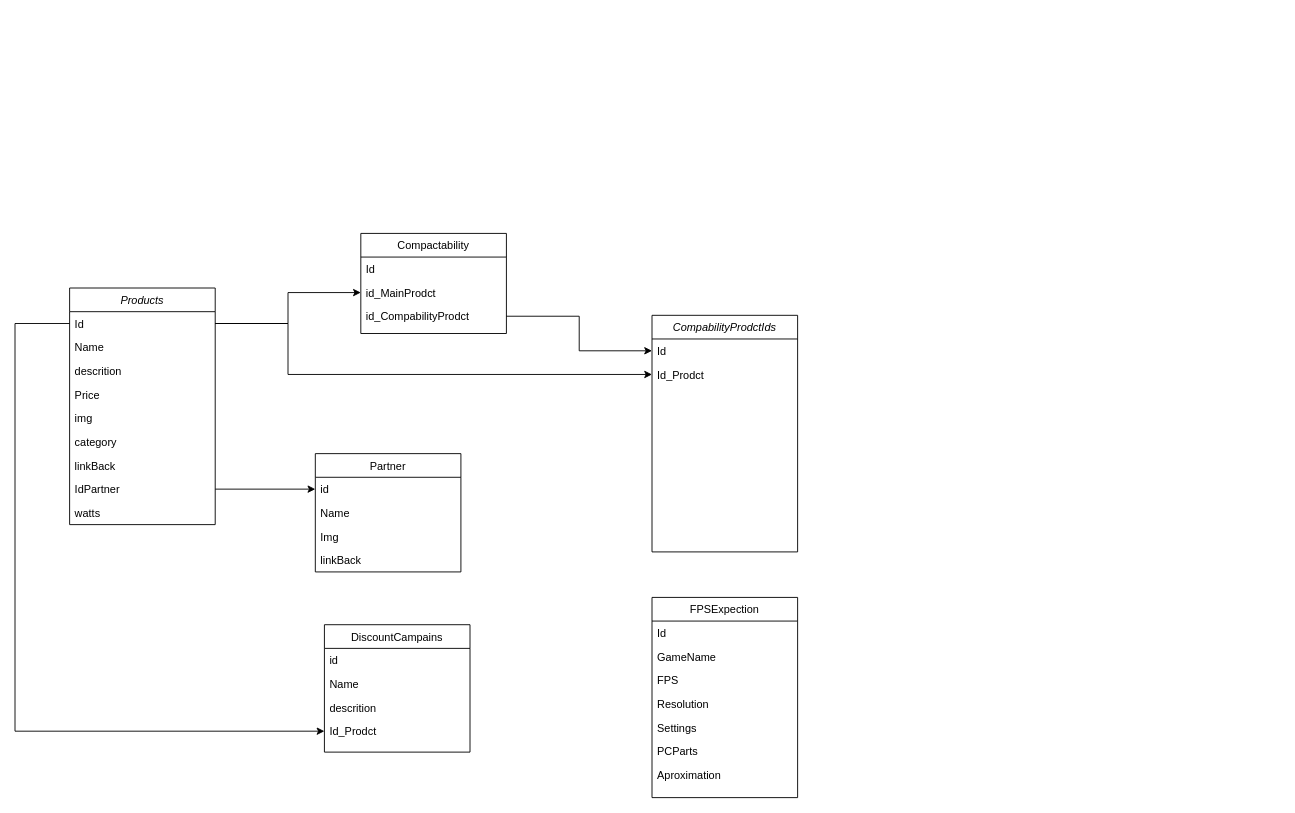
Above: Untitled Diagram.drawio in bgabrielma/RigForge (draw.io), before the change. Source tidied: cells renumbered, new cells numbered last; positions are measured from the earlier drawing's top-left corner, leaving out a move shared by most shapes. Both pictures are drawn from the tidied source at 91%, with x=0, y=0 at pixel (15, 233).
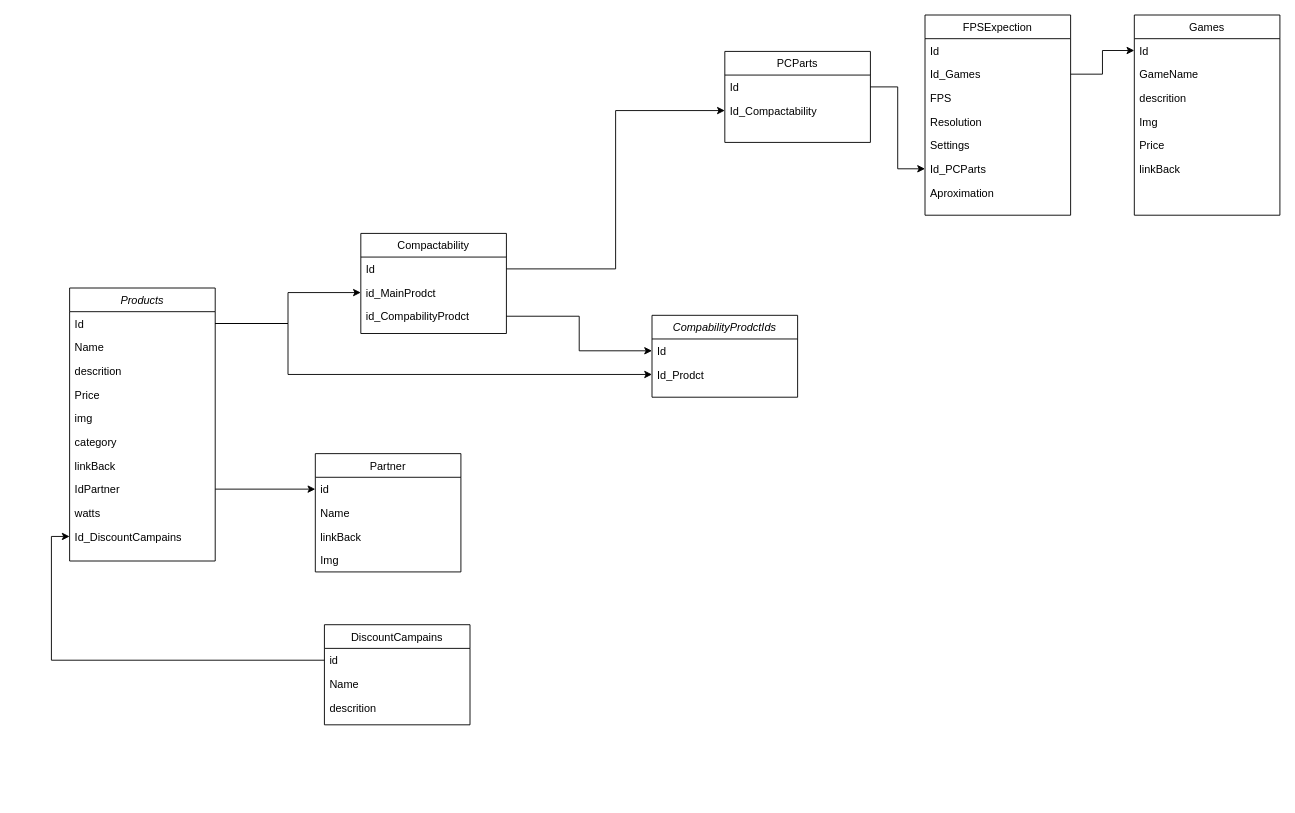
The same diagram, later.

The change refers to these unchanged cells:
```xml
<mxCell id="3" value="Id" style="text;align=left;verticalAlign=top;spacingLeft=4;spacingRight=4;overflow=hidden;points=[[0,0.5],[1,0.5]];portConstraint=eastwest;" parent="2" vertex="1">
  <mxGeometry y="26" width="160" height="26" as="geometry" />
</mxCell>
<mxCell id="13" value="Id" style="text;align=left;verticalAlign=top;spacingLeft=4;spacingRight=4;overflow=hidden;points=[[0,0.5],[1,0.5]];portConstraint=eastwest;" parent="12" vertex="1">
  <mxGeometry y="26" width="160" height="26" as="geometry" />
</mxCell>
<mxCell id="17" value="id" style="text;align=left;verticalAlign=top;spacingLeft=4;spacingRight=4;overflow=hidden;points=[[0,0.5],[1,0.5]];portConstraint=eastwest;" parent="16" vertex="1">
  <mxGeometry y="26" width="160" height="26" as="geometry" />
</mxCell>
<mxCell id="21" value="Partner" style="swimlane;fontStyle=0;align=center;verticalAlign=top;horizontal=1;startSize=26;rounded=0;shadow=0;strokeWidth=1;" parent="1" vertex="1">
  <mxGeometry x="330" y="242" width="160" height="130" as="geometry" />
</mxCell>
```

Change to the diagram source:
```diff
@@
     <mxCell id="2" value="Products" style="swimlane;fontStyle=2;align=center;verticalAlign=top;horizontal=1;startSize=26;rounded=0;shadow=0;strokeWidth=1;" parent="1" vertex="1">
-      <mxGeometry x="60" y="60" width="160" height="260" as="geometry" />
+      <mxGeometry x="60" y="60" width="160" height="300" as="geometry" />
     </mxCell>
@@
+    <mxCell id="42" value="Id_DiscountCampains" style="text;align=left;verticalAlign=top;spacingLeft=4;spacingRight=4;overflow=hidden;points=[[0,0.5],[1,0.5]];portConstraint=eastwest;rounded=0;shadow=0;html=0;" parent="2" vertex="1">
+      <mxGeometry y="260" width="160" height="26" as="geometry" />
+    </mxCell>
@@
     <mxCell id="16" value="DiscountCampains" style="swimlane;fontStyle=0;align=center;verticalAlign=top;horizontal=1;startSize=26;rounded=0;shadow=0;strokeWidth=1;" parent="1" vertex="1">
-      <mxGeometry x="340" y="430" width="160" height="140" as="geometry" />
+      <mxGeometry x="340" y="430" width="160" height="110" as="geometry" />
     </mxCell>
@@
-    <mxCell id="20" value="Id_Prodct" style="text;align=left;verticalAlign=top;spacingLeft=4;spacingRight=4;overflow=hidden;points=[[0,0.5],[1,0.5]];portConstraint=eastwest;" parent="16" vertex="1">
-      <mxGeometry y="104" width="160" height="26" as="geometry" />
-    </mxCell>
@@
-    <mxCell id="24" value="Img" style="text;align=left;verticalAlign=top;spacingLeft=4;spacingRight=4;overflow=hidden;rounded=0;shadow=0;html=0;" parent="21" vertex="1">
-      <mxGeometry y="78" width="160" height="26" as="geometry" />
-    </mxCell>
     <mxCell id="25" value="linkBack" style="text;align=left;verticalAlign=top;spacingLeft=4;spacingRight=4;overflow=hidden;rounded=0;shadow=0;html=0;" parent="21" vertex="1">
-      <mxGeometry y="104" width="160" height="26" as="geometry" />
+      <mxGeometry y="78" width="160" height="26" as="geometry" />
     </mxCell>
+    <mxCell id="43" value="Img" style="text;align=left;verticalAlign=top;spacingLeft=4;spacingRight=4;overflow=hidden;rounded=0;shadow=0;html=0;" parent="21" vertex="1">
+      <mxGeometry y="104" width="160" height="26" as="geometry" />
+    </mxCell>
     <mxCell id="26" value="FPSExpection" style="swimlane;fontStyle=0;align=center;verticalAlign=top;horizontal=1;startSize=26;rounded=0;shadow=0;strokeWidth=1;" parent="1" vertex="1">
-      <mxGeometry x="700" y="400" width="160" height="220" as="geometry" />
+      <mxGeometry x="1000" y="-240" width="160" height="220" as="geometry" />
     </mxCell>
@@
-    <mxCell id="28" value="GameName" style="text;align=left;verticalAlign=top;spacingLeft=4;spacingRight=4;overflow=hidden;points=[[0,0.5],[1,0.5]];portConstraint=eastwest;rounded=0;shadow=0;html=0;" parent="26" vertex="1">
+    <mxCell id="28" value="Id_Games" style="text;align=left;verticalAlign=top;spacingLeft=4;spacingRight=4;overflow=hidden;points=[[0,0.5],[1,0.5]];portConstraint=eastwest;rounded=0;shadow=0;html=0;" parent="26" vertex="1">
       <mxGeometry y="52" width="160" height="26" as="geometry" />
     </mxCell>
@@
-    <mxCell id="32" value="PCParts" style="text;align=left;verticalAlign=top;spacingLeft=4;spacingRight=4;overflow=hidden;points=[[0,0.5],[1,0.5]];portConstraint=eastwest;rounded=0;shadow=0;html=0;" parent="26" vertex="1">
+    <mxCell id="32" value="Id_PCParts" style="text;align=left;verticalAlign=top;spacingLeft=4;spacingRight=4;overflow=hidden;points=[[0,0.5],[1,0.5]];portConstraint=eastwest;rounded=0;shadow=0;html=0;" parent="26" vertex="1">
       <mxGeometry y="156" width="160" height="26" as="geometry" />
     </mxCell>
@@
     <mxCell id="35" value="CompabilityProdctIds" style="swimlane;fontStyle=2;align=center;verticalAlign=top;horizontal=1;startSize=26;rounded=0;shadow=0;strokeWidth=1;" parent="1" vertex="1">
-      <mxGeometry x="700" y="90" width="160" height="260" as="geometry" />
+      <mxGeometry x="700" y="90" width="160" height="90" as="geometry" />
     </mxCell>
@@
-    <mxCell id="41" style="edgeStyle=orthogonalEdgeStyle;rounded=0;jettySize=auto;html=1;entryX=0;entryY=0.5;entryDx=0;entryDy=0;" parent="1" edge="1" source="3" target="20">
-      <mxGeometry relative="1" as="geometry">
-        <Array as="points">
-          <mxPoint y="99" />
-          <mxPoint y="547" />
-        </Array>
-      </mxGeometry>
-    </mxCell>
+    <mxCell id="44" style="edgeStyle=orthogonalEdgeStyle;rounded=0;jettySize=auto;html=1;entryX=0;entryY=0.5;entryDx=0;entryDy=0;" parent="1" edge="1" source="17" target="42">
+      <mxGeometry relative="1" as="geometry" />
+    </mxCell>
+    <mxCell id="45" value="PCParts" style="swimlane;fontStyle=0;align=center;verticalAlign=top;horizontal=1;startSize=26;rounded=0;shadow=0;strokeWidth=1;" parent="1" vertex="1">
+      <mxGeometry x="780" y="-200" width="160" height="100" as="geometry" />
+    </mxCell>
+    <mxCell id="46" value="Id" style="text;align=left;verticalAlign=top;spacingLeft=4;spacingRight=4;overflow=hidden;points=[[0,0.5],[1,0.5]];portConstraint=eastwest;" parent="45" vertex="1">
+      <mxGeometry y="26" width="160" height="26" as="geometry" />
+    </mxCell>
+    <mxCell id="47" value="Id_Compactability" style="text;align=left;verticalAlign=top;spacingLeft=4;spacingRight=4;overflow=hidden;points=[[0,0.5],[1,0.5]];portConstraint=eastwest;" parent="45" vertex="1">
+      <mxGeometry y="52" width="160" height="26" as="geometry" />
+    </mxCell>
+    <mxCell id="48" style="edgeStyle=orthogonalEdgeStyle;rounded=0;jettySize=auto;html=1;" parent="1" edge="1" source="46" target="32">
+      <mxGeometry relative="1" as="geometry" />
+    </mxCell>
+    <mxCell id="49" style="edgeStyle=orthogonalEdgeStyle;rounded=0;jettySize=auto;html=1;entryX=0;entryY=0.5;entryDx=0;entryDy=0;" parent="1" edge="1" source="13" target="47">
+      <mxGeometry relative="1" as="geometry" />
+    </mxCell>
+    <mxCell id="50" value="Games" style="swimlane;fontStyle=0;align=center;verticalAlign=top;horizontal=1;startSize=26;rounded=0;shadow=0;strokeWidth=1;" parent="1" vertex="1">
+      <mxGeometry x="1230" y="-240" width="160" height="220" as="geometry" />
+    </mxCell>
+    <mxCell id="51" value="Id" style="text;align=left;verticalAlign=top;spacingLeft=4;spacingRight=4;overflow=hidden;points=[[0,0.5],[1,0.5]];portConstraint=eastwest;" parent="50" vertex="1">
+      <mxGeometry y="26" width="160" height="26" as="geometry" />
+    </mxCell>
+    <mxCell id="52" value="GameName" style="text;align=left;verticalAlign=top;spacingLeft=4;spacingRight=4;overflow=hidden;rounded=0;shadow=0;html=0;" parent="50" vertex="1">
+      <mxGeometry y="52" width="160" height="26" as="geometry" />
+    </mxCell>
+    <mxCell id="53" value="descrition" style="text;align=left;verticalAlign=top;spacingLeft=4;spacingRight=4;overflow=hidden;rounded=0;shadow=0;html=0;" parent="50" vertex="1">
+      <mxGeometry y="78" width="160" height="26" as="geometry" />
+    </mxCell>
+    <mxCell id="24" value="Img" style="text;align=left;verticalAlign=top;spacingLeft=4;spacingRight=4;overflow=hidden;rounded=0;shadow=0;html=0;" parent="50" vertex="1">
+      <mxGeometry y="104" width="160" height="26" as="geometry" />
+    </mxCell>
+    <mxCell id="54" value="Price" style="text;align=left;verticalAlign=top;spacingLeft=4;spacingRight=4;overflow=hidden;rounded=0;shadow=0;html=0;" parent="50" vertex="1">
+      <mxGeometry y="130" width="160" height="26" as="geometry" />
+    </mxCell>
+    <mxCell id="55" value="linkBack" style="text;align=left;verticalAlign=top;spacingLeft=4;spacingRight=4;overflow=hidden;rounded=0;shadow=0;html=0;" parent="50" vertex="1">
+      <mxGeometry y="156" width="160" height="26" as="geometry" />
+    </mxCell>
+    <mxCell id="56" style="edgeStyle=orthogonalEdgeStyle;rounded=0;jettySize=auto;html=1;entryX=0;entryY=0.5;entryDx=0;entryDy=0;" parent="1" edge="1" source="28" target="51">
+      <mxGeometry relative="1" as="geometry" />
+    </mxCell>
```
